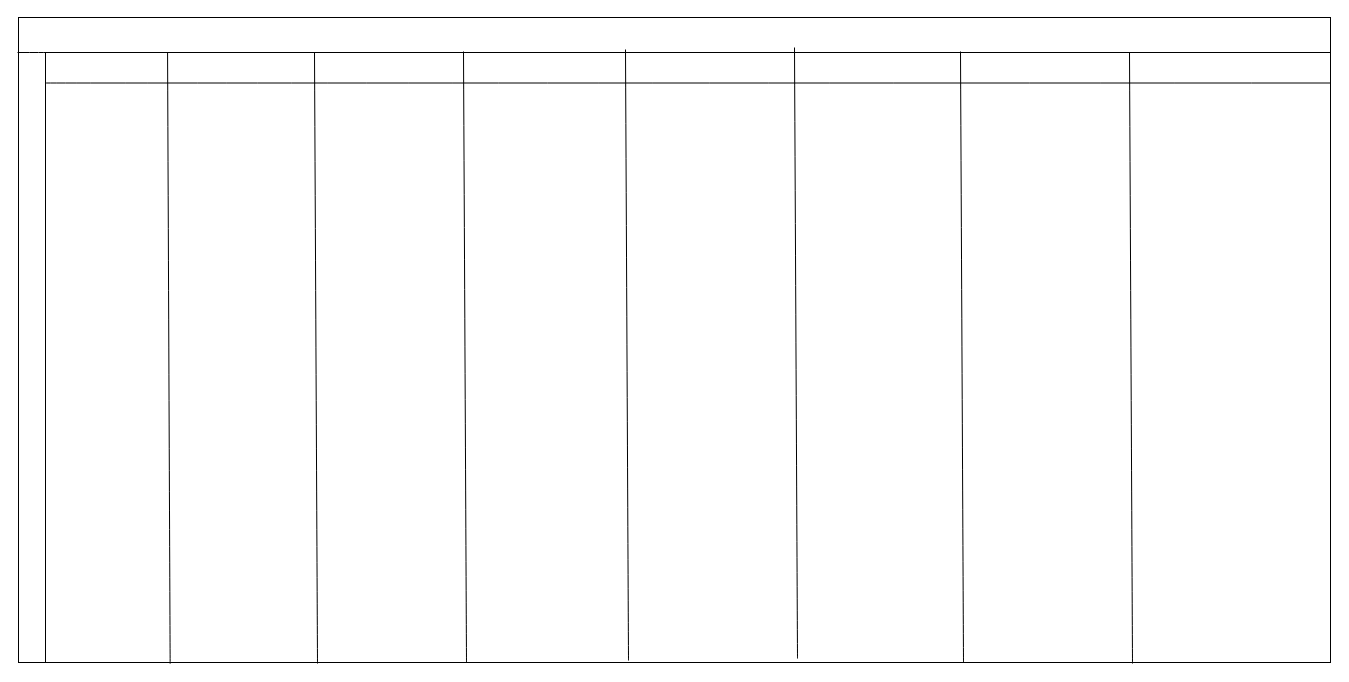
Above: openMind-PIA.drawio in pkking/mydrawio (draw.io), before the change. Source tidied: cells renumbered, new cells numbered last; positions are measured from the earlier drawing's top-left corner, leaving out a move shared by most shapes. Both pictures are drawn from the tidied source at 100%, with x=0, y=0 at pixel (17, 17).
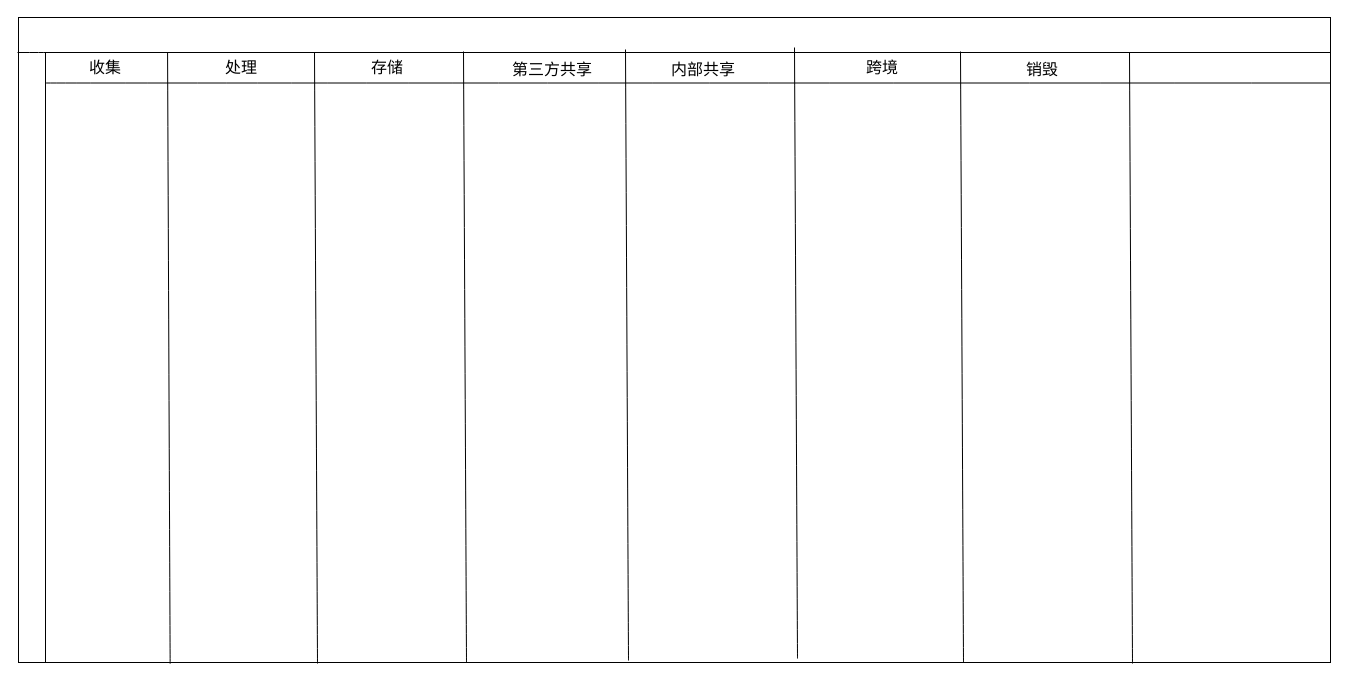
After the change.

Change to the diagram source:
```diff
@@
+    <mxCell id="13" value="收集" style="text;html=1;align=center;verticalAlign=middle;whiteSpace=wrap;rounded=0;fontSize=16;" parent="1" vertex="1">
+      <mxGeometry x="58" y="35" width="60" height="30" as="geometry" />
+    </mxCell>
+    <mxCell id="14" value="处理" style="text;html=1;align=center;verticalAlign=middle;whiteSpace=wrap;rounded=0;fontSize=16;" parent="1" vertex="1">
+      <mxGeometry x="194" y="35" width="60" height="30" as="geometry" />
+    </mxCell>
+    <mxCell id="15" value="存储" style="text;html=1;align=center;verticalAlign=middle;whiteSpace=wrap;rounded=0;fontSize=16;" parent="1" vertex="1">
+      <mxGeometry x="340" y="35" width="60" height="30" as="geometry" />
+    </mxCell>
+    <mxCell id="16" value="第三方共享" style="text;html=1;align=center;verticalAlign=middle;whiteSpace=wrap;rounded=0;fontSize=16;" parent="1" vertex="1">
+      <mxGeometry x="491" y="37" width="88" height="30" as="geometry" />
+    </mxCell>
+    <mxCell id="17" value="内部共享" style="text;html=1;align=center;verticalAlign=middle;whiteSpace=wrap;rounded=0;fontSize=16;" parent="1" vertex="1">
+      <mxGeometry x="642" y="37" width="88" height="30" as="geometry" />
+    </mxCell>
+    <mxCell id="18" value="跨境" style="text;html=1;align=center;verticalAlign=middle;whiteSpace=wrap;rounded=0;fontSize=16;" parent="1" vertex="1">
+      <mxGeometry x="821" y="35" width="88" height="30" as="geometry" />
+    </mxCell>
+    <mxCell id="19" value="销毁" style="text;html=1;align=center;verticalAlign=middle;whiteSpace=wrap;rounded=0;fontSize=16;" parent="1" vertex="1">
+      <mxGeometry x="981" y="37" width="88" height="30" as="geometry" />
+    </mxCell>
```
